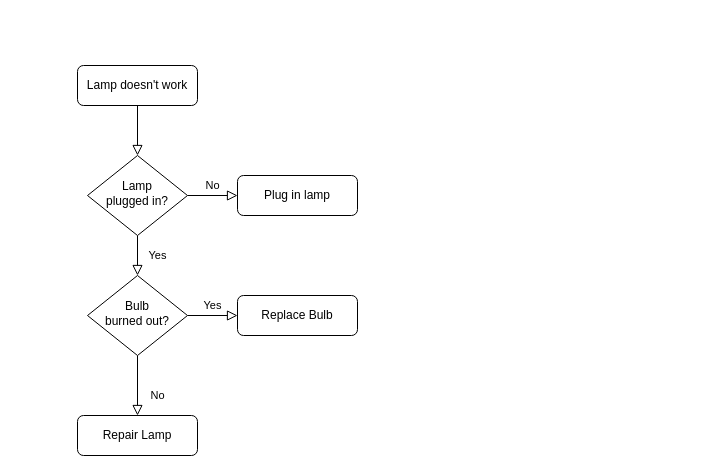
sergiocardenasg/financial_data_gem keeps this draw.io diagram as get_stock.drawio. Above is the earlier version. Source tidied: cells renumbered, new cells numbered last; positions are measured from the earlier drawing's top-left corner, leaving out a move shared by most shapes. Both pictures are drawn from the tidied source at 100%, with x=0, y=0 at pixel (77, 65).
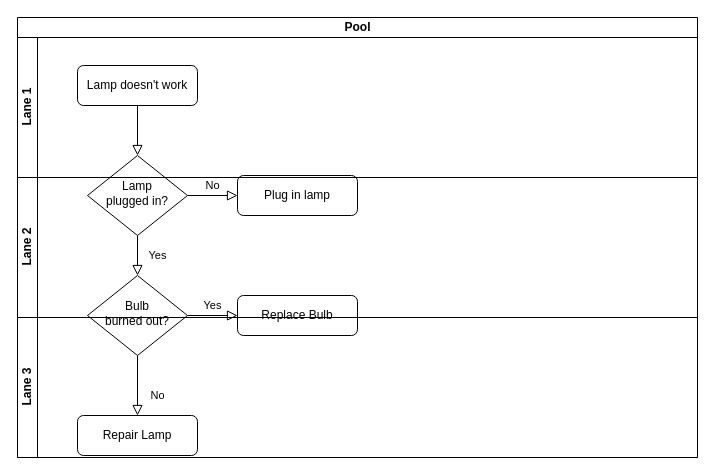
The same diagram, later.

Change to the diagram source:
```diff
@@
 <mxGraphModel>
   <root>
     <mxCell id="0" />
     <mxCell id="1" parent="0" />
     <mxCell id="2" style="rounded=0;html=1;jettySize=auto;fontSize=11;endArrow=block;endFill=0;endSize=8;strokeWidth=1;shadow=0;labelBackgroundColor=none;edgeStyle=orthogonalEdgeStyle;" parent="1" edge="1" source="3" target="6">
       <mxGeometry relative="1" as="geometry" />
     </mxCell>
     <mxCell id="3" value="Lamp doesn't work" style="rounded=1;whiteSpace=wrap;html=1;fontSize=12;glass=0;strokeWidth=1;shadow=0;" parent="1" vertex="1">
       <mxGeometry width="120" height="40" as="geometry" />
     </mxCell>
     <mxCell id="4" value="Yes" style="rounded=0;html=1;jettySize=auto;fontSize=11;endArrow=block;endFill=0;endSize=8;strokeWidth=1;shadow=0;labelBackgroundColor=none;edgeStyle=orthogonalEdgeStyle;" parent="1" edge="1" source="6" target="10">
       <mxGeometry y="20" relative="1" as="geometry" />
     </mxCell>
     <mxCell id="5" value="No" style="edgeStyle=orthogonalEdgeStyle;rounded=0;html=1;jettySize=auto;fontSize=11;endArrow=block;endFill=0;endSize=8;strokeWidth=1;shadow=0;labelBackgroundColor=none;" parent="1" edge="1" source="6" target="7">
       <mxGeometry y="10" relative="1" as="geometry" />
     </mxCell>
     <mxCell id="6" value="Lamp&lt;br&gt;plugged in?" style="rhombus;whiteSpace=wrap;html=1;shadow=0;fontFamily=Helvetica;fontSize=12;align=center;strokeWidth=1;spacing=6;spacingTop=-4;" parent="1" vertex="1">
       <mxGeometry x="10" y="90" width="100" height="80" as="geometry" />
     </mxCell>
     <mxCell id="7" value="Plug in lamp" style="rounded=1;whiteSpace=wrap;html=1;fontSize=12;glass=0;strokeWidth=1;shadow=0;" parent="1" vertex="1">
       <mxGeometry x="160" y="110" width="120" height="40" as="geometry" />
     </mxCell>
     <mxCell id="8" value="No" style="rounded=0;html=1;jettySize=auto;fontSize=11;endArrow=block;endFill=0;endSize=8;strokeWidth=1;shadow=0;labelBackgroundColor=none;edgeStyle=orthogonalEdgeStyle;" parent="1" edge="1" source="10" target="11">
       <mxGeometry x="0.33" y="20" relative="1" as="geometry" />
     </mxCell>
     <mxCell id="9" value="Yes" style="edgeStyle=orthogonalEdgeStyle;rounded=0;html=1;jettySize=auto;fontSize=11;endArrow=block;endFill=0;endSize=8;strokeWidth=1;shadow=0;labelBackgroundColor=none;" parent="1" edge="1" source="10" target="12">
       <mxGeometry y="10" relative="1" as="geometry" />
     </mxCell>
     <mxCell id="10" value="Bulb&lt;br&gt;burned out?" style="rhombus;whiteSpace=wrap;html=1;shadow=0;fontFamily=Helvetica;fontSize=12;align=center;strokeWidth=1;spacing=6;spacingTop=-4;" parent="1" vertex="1">
       <mxGeometry x="10" y="210" width="100" height="80" as="geometry" />
     </mxCell>
     <mxCell id="11" value="Repair Lamp" style="rounded=1;whiteSpace=wrap;html=1;fontSize=12;glass=0;strokeWidth=1;shadow=0;" parent="1" vertex="1">
       <mxGeometry y="350" width="120" height="40" as="geometry" />
     </mxCell>
     <mxCell id="12" value="Replace Bulb" style="rounded=1;whiteSpace=wrap;html=1;fontSize=12;glass=0;strokeWidth=1;shadow=0;" parent="1" vertex="1">
       <mxGeometry x="160" y="230" width="120" height="40" as="geometry" />
     </mxCell>
+    <mxCell id="13" value="Pool" style="swimlane;html=1;horizontal=1;startSize=20;" parent="1" vertex="1">
+      <mxGeometry x="-60" y="-48" width="680" height="440" as="geometry" />
+    </mxCell>
+    <mxCell id="14" value="Lane 1" style="swimlane;html=1;startSize=20;horizontal=0;" parent="13" vertex="1">
+      <mxGeometry y="20" width="680" height="140" as="geometry" />
+    </mxCell>
+    <mxCell id="15" value="Lane 2" style="swimlane;html=1;startSize=20;horizontal=0;" parent="13" vertex="1">
+      <mxGeometry y="160" width="680" height="140" as="geometry" />
+    </mxCell>
+    <mxCell id="16" value="Lane 3" style="swimlane;html=1;startSize=20;horizontal=0;" parent="13" vertex="1">
+      <mxGeometry y="300" width="680" height="140" as="geometry" />
+    </mxCell>
   </root>
 </mxGraphModel>
```
